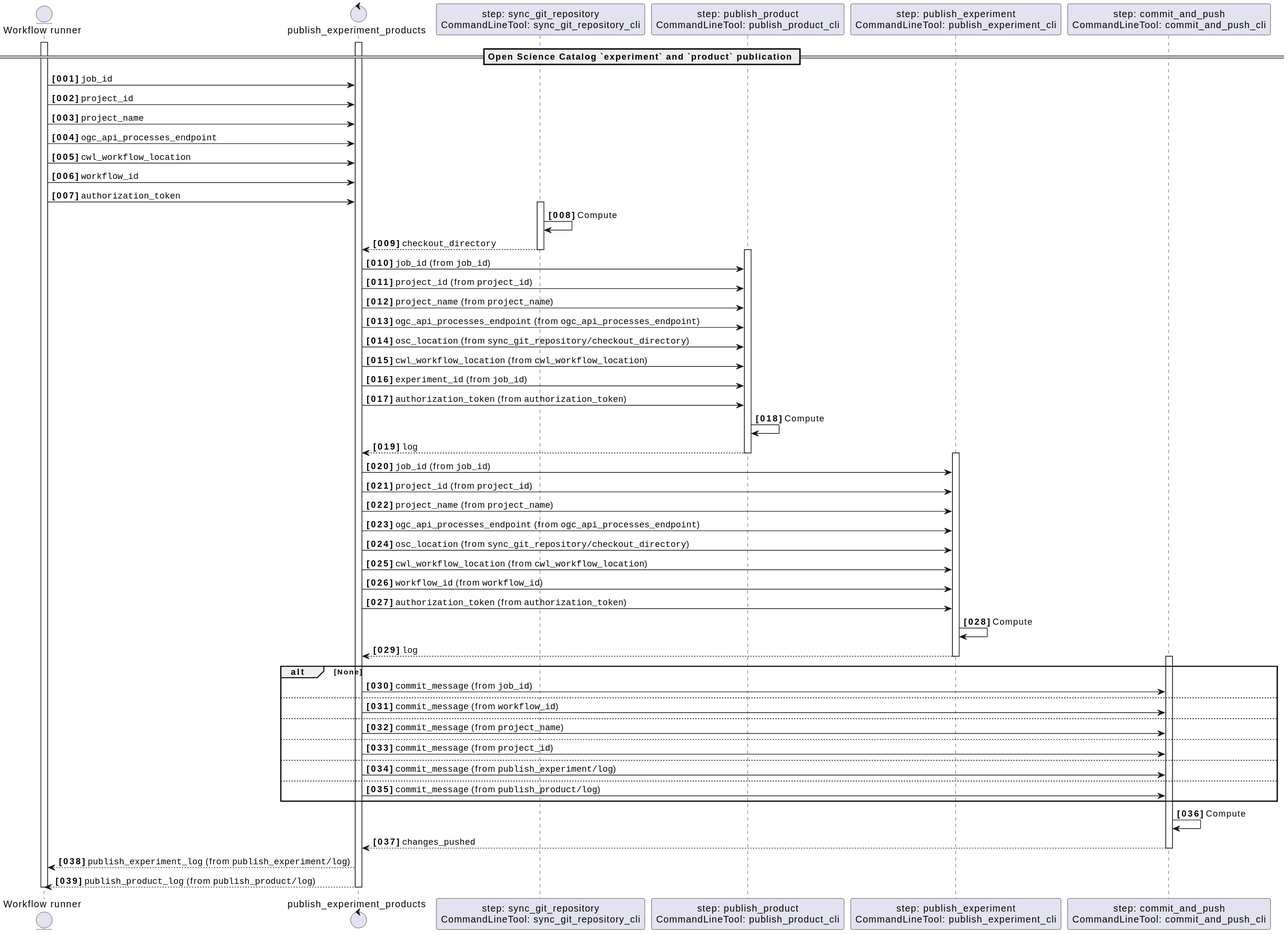
This is docs/c4/components/workflow/publish_experiment_products/sequence.svg from Terradue/osc-metadata-client, a PlantUML export, as it was before one commit.
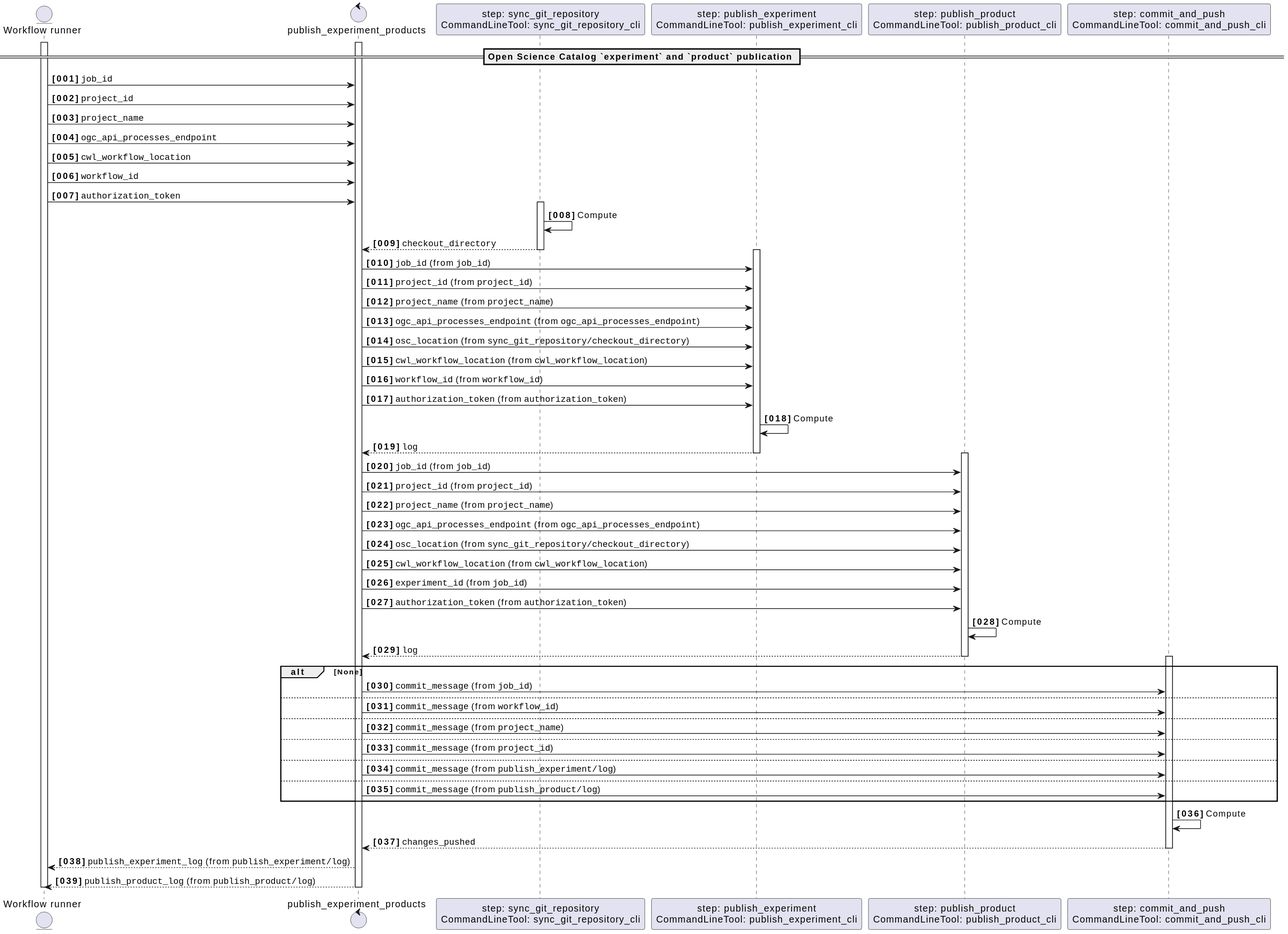
After the commit.

The edit, as a diff of the source:
```diff
@@ -57,6 +57,59 @@
 
 
 
+participant "step: publish_experiment\nCommandLineTool: publish_experiment_cli" as publish_experiment_products_or__publish_experiment
+activate publish_experiment_products_or__publish_experiment
+
+
+
+publish_experiment_products_or -> publish_experiment_products_or__publish_experiment : ""job_id"" (from ""job_id"")
+
+
+
+publish_experiment_products_or -> publish_experiment_products_or__publish_experiment : ""project_id"" (from ""project_id"")
+
+
+
+publish_experiment_products_or -> publish_experiment_products_or__publish_experiment : ""project_name"" (from ""project_name"")
+
+
+
+publish_experiment_products_or -> publish_experiment_products_or__publish_experiment : ""ogc_api_processes_endpoint"" (from ""ogc_api_processes_endpoint"")
+
+
+
+publish_experiment_products_or -> publish_experiment_products_or__publish_experiment : ""osc_location"" (from ""sync_git_repository/checkout_directory"")
+
+
+
+publish_experiment_products_or -> publish_experiment_products_or__publish_experiment : ""cwl_workflow_location"" (from ""cwl_workflow_location"")
+
+
+
+publish_experiment_products_or -> publish_experiment_products_or__publish_experiment : ""workflow_id"" (from ""workflow_id"")
+
+
+
+publish_experiment_products_or -> publish_experiment_products_or__publish_experiment : ""authorization_token"" (from ""authorization_token"")
+
+
+
+publish_experiment_products_or__publish_experiment -> publish_experiment_products_or__publish_experiment : Compute
+
+
+publish_experiment_products_or <-- publish_experiment_products_or__publish_experiment : ""log""
+
+
+deactivate publish_experiment_products_or__publish_experiment
+
+
+
+
+
+
+
+
+
 participant "step: publish_product\nCommandLineTool: publish_product_cli" as publish_experiment_products_or__publish_product
 activate publish_experiment_products_or__publish_product
 
@@ -101,59 +154,6 @@
 
 
 deactivate publish_experiment_products_or__publish_product
-
-
-
-
-
-
-
-
-
-participant "step: publish_experiment\nCommandLineTool: publish_experiment_cli" as publish_experiment_products_or__publish_experiment
-activate publish_experiment_products_or__publish_experiment
-
-
-
-publish_experiment_products_or -> publish_experiment_products_or__publish_experiment : ""job_id"" (from ""job_id"")
-
-
-
-publish_experiment_products_or -> publish_experiment_products_or__publish_experiment : ""project_id"" (from ""project_id"")
-
-
-
-publish_experiment_products_or -> publish_experiment_products_or__publish_experiment : ""project_name"" (from ""project_name"")
-
-
-
-publish_experiment_products_or -> publish_experiment_products_or__publish_experiment : ""ogc_api_processes_endpoint"" (from ""ogc_api_processes_endpoint"")
-
-
-
-publish_experiment_products_or -> publish_experiment_products_or__publish_experiment : ""osc_location"" (from ""sync_git_repository/checkout_directory"")
-
-
-
-publish_experiment_products_or -> publish_experiment_products_or__publish_experiment : ""cwl_workflow_location"" (from ""cwl_workflow_location"")
-
-
-
-publish_experiment_products_or -> publish_experiment_products_or__publish_experiment : ""workflow_id"" (from ""workflow_id"")
-
-
-
-publish_experiment_products_or -> publish_experiment_products_or__publish_experiment : ""authorization_token"" (from ""authorization_token"")
-
-
-
-publish_experiment_products_or__publish_experiment -> publish_experiment_products_or__publish_experiment : Compute
-
-
-publish_experiment_products_or <-- publish_experiment_products_or__publish_experiment : ""log""
-
-
-deactivate publish_experiment_products_or__publish_experiment
 
 
 
```
